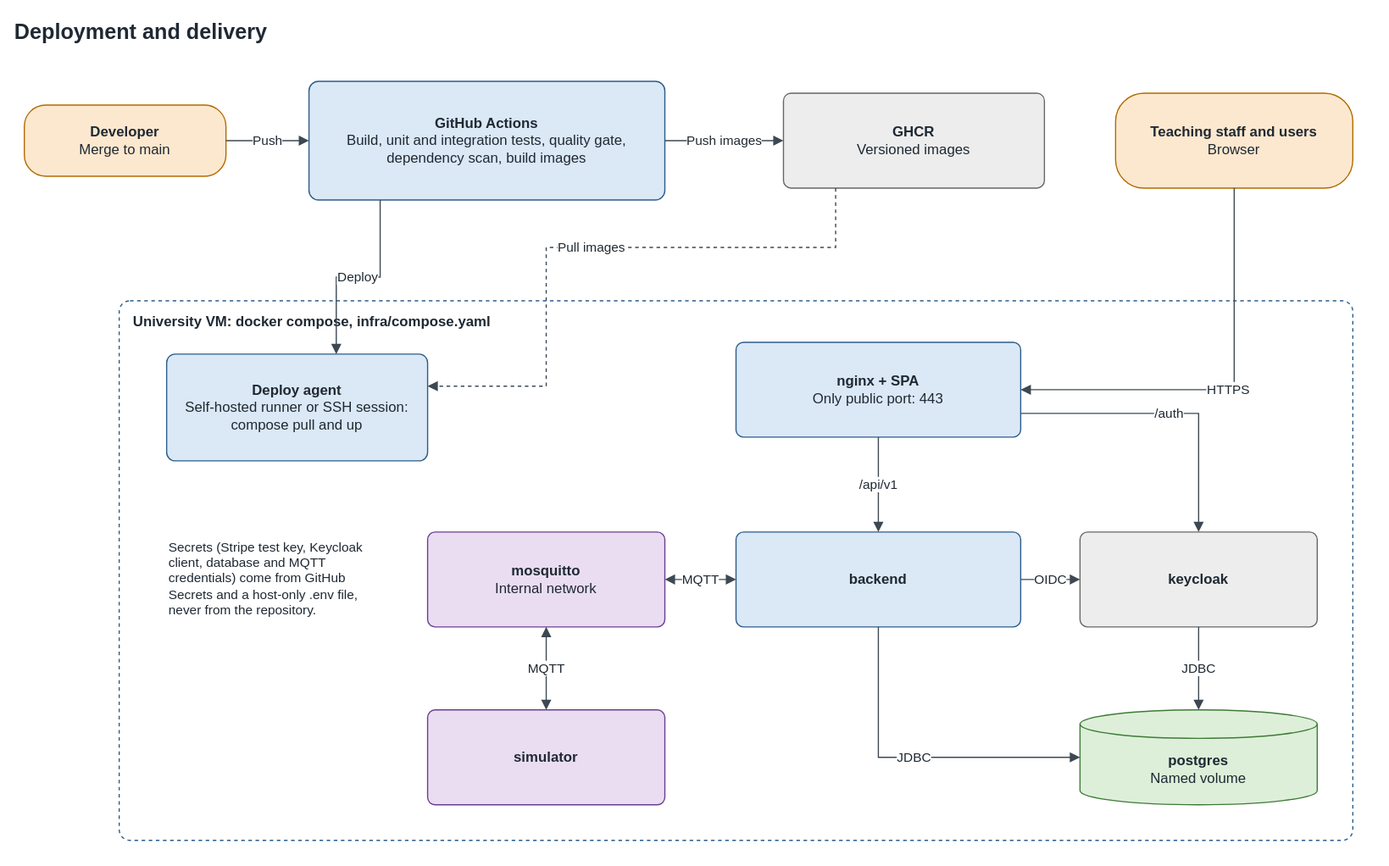
This is docs/architecture/diagrams/09-deployment.drawio.svg from TQS-RiaRide/RIARide, a draw.io export, as it was before one commit. Source tidied: cells renumbered, new cells last; positions are measured from the earlier drawing's top-left corner, leaving out a move shared by most shapes.
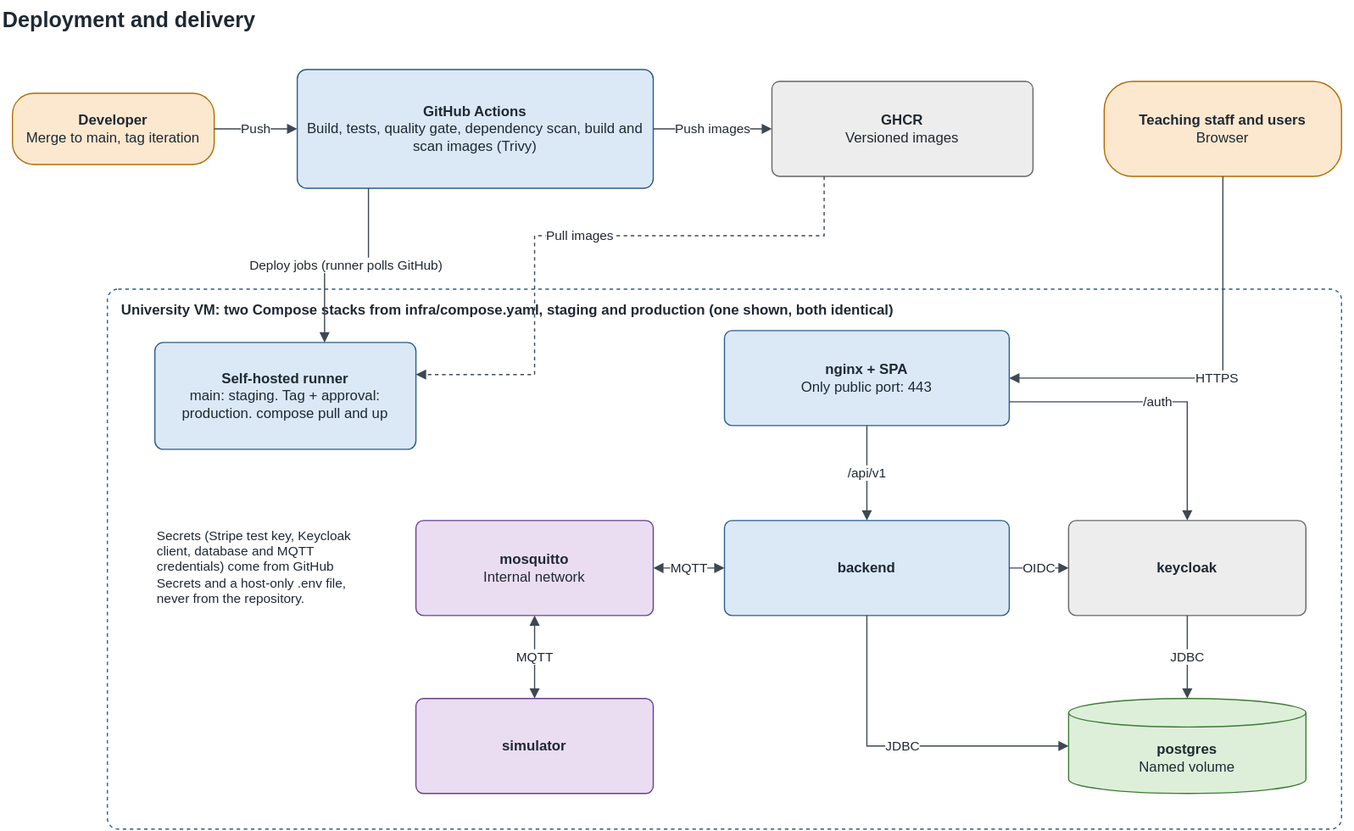
Later version of the same file.

Commit message:
docs: RIA-11 align deployment ADR with the QA Manual

Change to the diagram source:
```diff
@@ -5,10 +5,10 @@
     <mxCell id="2" value="Deployment and delivery" style="html=1;whiteSpace=wrap;fontFamily=Helvetica;fontSize=12;fontColor=#1F2933;text;fillColor=none;strokeColor=none;align=left;fontSize=18;fontStyle=1;" parent="1" vertex="1">
       <mxGeometry width="1140" height="34" as="geometry" />
     </mxCell>
-    <mxCell id="3" value="&lt;b&gt;Developer&lt;/b&gt;&lt;br&gt;Merge to main" style="html=1;whiteSpace=wrap;fontFamily=Helvetica;fontSize=12;fontColor=#1F2933;rounded=1;arcSize=30;fillColor=#FCE8CF;strokeColor=#B36B00;" parent="1" vertex="1">
+    <mxCell id="3" value="&lt;b&gt;Developer&lt;/b&gt;&lt;br&gt;Merge to main, tag iteration" style="html=1;whiteSpace=wrap;fontFamily=Helvetica;fontSize=12;fontColor=#1F2933;rounded=1;arcSize=30;fillColor=#FCE8CF;strokeColor=#B36B00;" parent="1" vertex="1">
       <mxGeometry x="10" y="78" width="170" height="60" as="geometry" />
     </mxCell>
-    <mxCell id="4" value="&lt;b&gt;GitHub Actions&lt;/b&gt;&lt;br&gt;Build, unit and integration tests, quality gate, dependency scan, build images" style="html=1;whiteSpace=wrap;fontFamily=Helvetica;fontSize=12;fontColor=#1F2933;rounded=1;arcSize=8;fillColor=#DBE8F6;strokeColor=#2B5C8A;" parent="1" vertex="1">
+    <mxCell id="4" value="&lt;b&gt;GitHub Actions&lt;/b&gt;&lt;br&gt;Build, tests, quality gate, dependency scan, build and scan images (Trivy)" style="html=1;whiteSpace=wrap;fontFamily=Helvetica;fontSize=12;fontColor=#1F2933;rounded=1;arcSize=8;fillColor=#DBE8F6;strokeColor=#2B5C8A;" parent="1" vertex="1">
       <mxGeometry x="250" y="58" width="300" height="100" as="geometry" />
     </mxCell>
     <mxCell id="5" value="&lt;b&gt;GHCR&lt;/b&gt;&lt;br&gt;Versioned images" style="html=1;whiteSpace=wrap;fontFamily=Helvetica;fontSize=12;fontColor=#1F2933;rounded=1;arcSize=8;fillColor=#EDEDED;strokeColor=#666666;" parent="1" vertex="1">
@@ -17,10 +17,10 @@
     <mxCell id="6" value="&lt;b&gt;Teaching staff and users&lt;/b&gt;&lt;br&gt;Browser" style="html=1;whiteSpace=wrap;fontFamily=Helvetica;fontSize=12;fontColor=#1F2933;rounded=1;arcSize=30;fillColor=#FCE8CF;strokeColor=#B36B00;" parent="1" vertex="1">
       <mxGeometry x="930" y="68" width="200" height="80" as="geometry" />
     </mxCell>
-    <mxCell id="7" value="University VM: docker compose, infra/compose.yaml" style="html=1;whiteSpace=wrap;fontFamily=Helvetica;fontSize=12;fontColor=#1F2933;rounded=1;arcSize=2;fillColor=none;strokeColor=#2B5C8A;dashed=1;verticalAlign=top;align=left;spacingLeft=10;spacingTop=4;fontStyle=1;" parent="1" vertex="1">
+    <mxCell id="7" value="University VM: two Compose stacks from infra/compose.yaml, staging and production (one shown, both identical)" style="html=1;whiteSpace=wrap;fontFamily=Helvetica;fontSize=12;fontColor=#1F2933;rounded=1;arcSize=2;fillColor=none;strokeColor=#2B5C8A;dashed=1;verticalAlign=top;align=left;spacingLeft=10;spacingTop=4;fontStyle=1;" parent="1" vertex="1">
       <mxGeometry x="90" y="243" width="1040" height="455" as="geometry" />
     </mxCell>
-    <mxCell id="8" value="&lt;b&gt;Deploy agent&lt;/b&gt;&lt;br&gt;Self-hosted runner or SSH session: compose pull and up" style="html=1;whiteSpace=wrap;fontFamily=Helvetica;fontSize=12;fontColor=#1F2933;rounded=1;arcSize=8;fillColor=#DBE8F6;strokeColor=#2B5C8A;" parent="1" vertex="1">
+    <mxCell id="8" value="&lt;b&gt;Self-hosted runner&lt;/b&gt;&lt;br&gt;main: staging. Tag + approval: production. compose pull and up" style="html=1;whiteSpace=wrap;fontFamily=Helvetica;fontSize=12;fontColor=#1F2933;rounded=1;arcSize=8;fillColor=#DBE8F6;strokeColor=#2B5C8A;" parent="1" vertex="1">
       <mxGeometry x="130" y="288" width="220" height="90" as="geometry" />
     </mxCell>
     <mxCell id="9" value="&lt;b&gt;nginx + SPA&lt;/b&gt;&lt;br&gt;Only public port: 443" style="html=1;whiteSpace=wrap;fontFamily=Helvetica;fontSize=12;fontColor=#1F2933;rounded=1;arcSize=8;fillColor=#DBE8F6;strokeColor=#2B5C8A;" parent="1" vertex="1">
@@ -50,7 +50,7 @@
     <mxCell id="17" value="Push images" style="html=1;endArrow=block;endFill=1;strokeColor=#3D4852;fontFamily=Helvetica;fontSize=11;fontColor=#1F2933;labelBackgroundColor=#FFFFFF;rounded=0;edgeStyle=orthogonalEdgeStyle;" parent="1" edge="1" source="4" target="5">
       <mxGeometry relative="1" as="geometry" />
     </mxCell>
-    <mxCell id="18" value="Deploy" style="html=1;endArrow=block;endFill=1;strokeColor=#3D4852;fontFamily=Helvetica;fontSize=11;fontColor=#1F2933;labelBackgroundColor=#FFFFFF;rounded=0;edgeStyle=orthogonalEdgeStyle;exitX=0.2;exitY=1;exitDx=0;exitDy=0;exitPerimeter=0;entryX=0.65;entryY=0;entryDx=0;entryDy=0;entryPerimeter=0;" parent="1" edge="1" source="4" target="8">
+    <mxCell id="18" value="Deploy jobs (runner polls GitHub)" style="html=1;endArrow=block;endFill=1;strokeColor=#3D4852;fontFamily=Helvetica;fontSize=11;fontColor=#1F2933;labelBackgroundColor=#FFFFFF;rounded=0;edgeStyle=orthogonalEdgeStyle;exitX=0.2;exitY=1;exitDx=0;exitDy=0;exitPerimeter=0;entryX=0.65;entryY=0;entryDx=0;entryDy=0;entryPerimeter=0;" parent="1" edge="1" source="4" target="8">
       <mxGeometry relative="1" as="geometry" />
     </mxCell>
     <mxCell id="19" value="Pull images" style="html=1;endArrow=block;endFill=1;strokeColor=#3D4852;fontFamily=Helvetica;fontSize=11;fontColor=#1F2933;labelBackgroundColor=#FFFFFF;rounded=0;edgeStyle=orthogonalEdgeStyle;dashed=1;exitX=0.2;exitY=1;exitDx=0;exitDy=0;exitPerimeter=0;entryX=1;entryY=0.3;entryDx=0;entryDy=0;entryPerimeter=0;" parent="1" edge="1" source="5" target="8">
```
